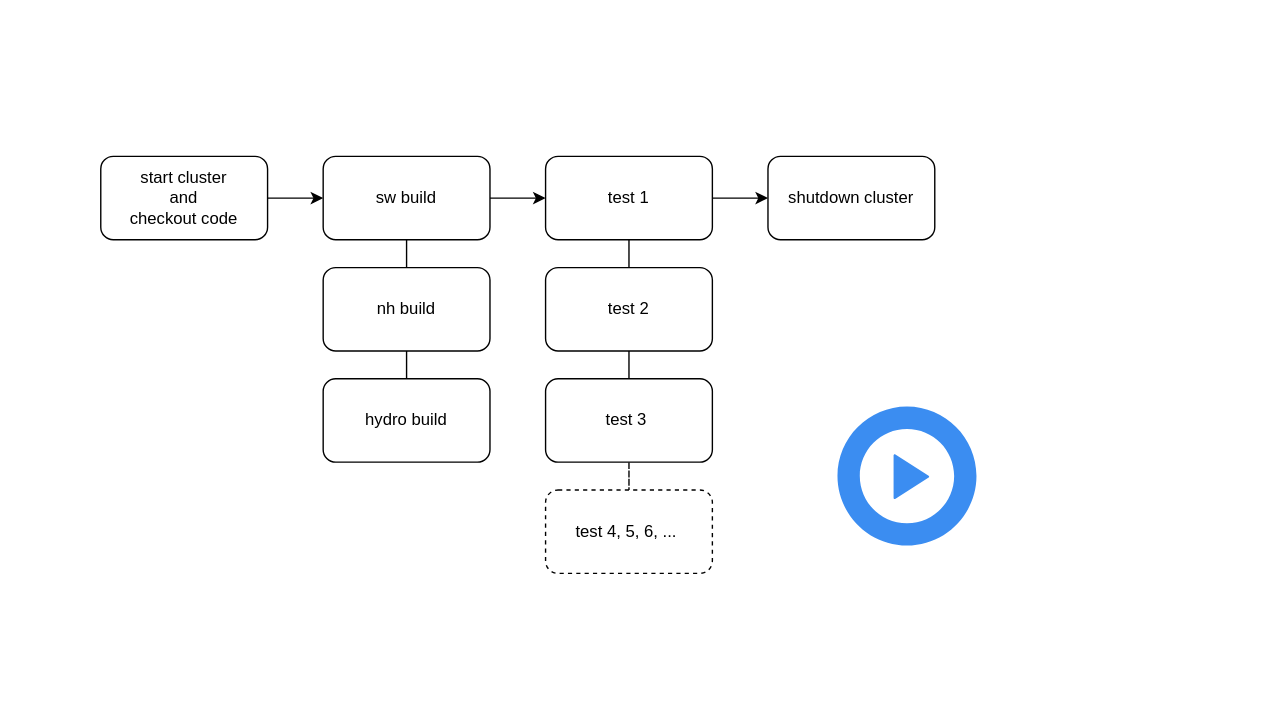
laurenchilutti/draw_io keeps this draw.io diagram as CIDesign.drawio. Above is the earlier version. Source tidied: cells renumbered, new cells numbered last; positions are measured from the earlier drawing's top-left corner, leaving out a move shared by most shapes. Both pictures are drawn from the tidied source at 139%, with x=0, y=0 at pixel (100, 156). Pictures stored in the file or linked from it are replaced by grey dashed boxes.
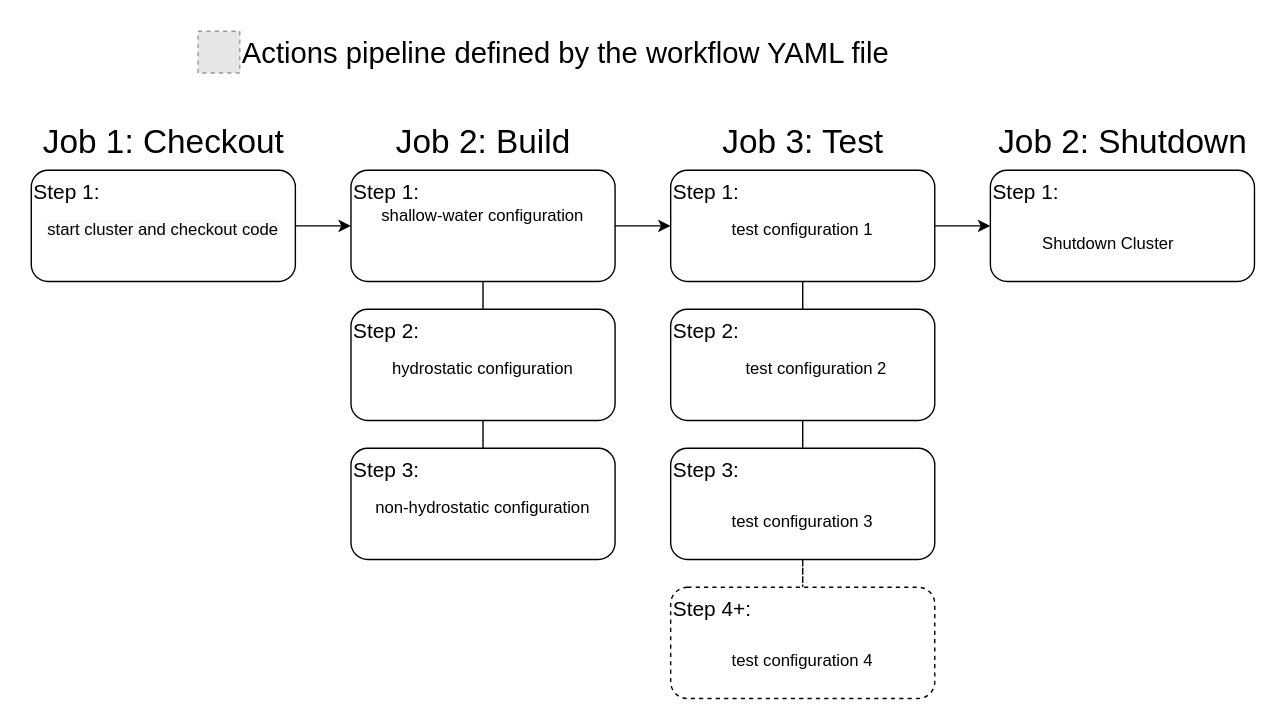
The same page after the edit.

The edit, as a diff of the source:
```diff
@@
-    <mxCell id="3" value="start cluster&lt;br&gt;and&lt;br&gt;checkout code" style="rounded=1;whiteSpace=wrap;html=1;" parent="1" vertex="1">
-      <mxGeometry width="120" height="60" as="geometry" />
+    <mxCell id="3" value="&lt;font style=&quot;font-size: 15px;&quot;&gt;Step 1:&lt;/font&gt;" style="rounded=1;whiteSpace=wrap;html=1;align=left;verticalAlign=top;" parent="1" vertex="1">
+      <mxGeometry x="-50" y="10" width="190" height="80" as="geometry" />
     </mxCell>
@@
-    <mxCell id="6" value="sw build" style="rounded=1;whiteSpace=wrap;html=1;" parent="1" vertex="1">
-      <mxGeometry x="160" width="120" height="60" as="geometry" />
+    <mxCell id="6" value="&lt;font style=&quot;font-size: 15px;&quot;&gt;Step 1:&lt;/font&gt;" style="rounded=1;whiteSpace=wrap;html=1;align=left;verticalAlign=top;" parent="1" vertex="1">
+      <mxGeometry x="180" y="10" width="190" height="80" as="geometry" />
     </mxCell>
@@
-    <mxCell id="8" value="nh build" style="rounded=1;whiteSpace=wrap;html=1;" parent="1" vertex="1">
-      <mxGeometry x="160" y="80" width="120" height="60" as="geometry" />
+    <mxCell id="8" value="Step 2:" style="rounded=1;whiteSpace=wrap;html=1;verticalAlign=top;align=left;fontSize=15;" parent="1" vertex="1">
+      <mxGeometry x="180" y="110" width="190" height="80" as="geometry" />
     </mxCell>
-    <mxCell id="9" value="hydro build" style="rounded=1;whiteSpace=wrap;html=1;" parent="1" vertex="1">
-      <mxGeometry x="160" y="160" width="120" height="60" as="geometry" />
+    <mxCell id="9" value="Step 3:" style="rounded=1;whiteSpace=wrap;html=1;fontSize=15;verticalAlign=top;align=left;" parent="1" vertex="1">
+      <mxGeometry x="180" y="210" width="190" height="80" as="geometry" />
     </mxCell>
@@
-    <mxCell id="12" value="test 1" style="rounded=1;whiteSpace=wrap;html=1;" parent="1" vertex="1">
-      <mxGeometry x="320" width="120" height="60" as="geometry" />
+    <mxCell id="12" value="Step 1:" style="rounded=1;whiteSpace=wrap;html=1;verticalAlign=top;align=left;fontSize=15;" parent="1" vertex="1">
+      <mxGeometry x="410" y="10" width="190" height="80" as="geometry" />
     </mxCell>
@@
-    <mxCell id="14" value="test 2" style="rounded=1;whiteSpace=wrap;html=1;" parent="1" vertex="1">
-      <mxGeometry x="320" y="80" width="120" height="60" as="geometry" />
+    <mxCell id="14" value="Step 2:" style="rounded=1;whiteSpace=wrap;html=1;verticalAlign=top;align=left;fontSize=15;" parent="1" vertex="1">
+      <mxGeometry x="410" y="110" width="190" height="80" as="geometry" />
     </mxCell>
@@
-    <mxCell id="16" value="test 3&amp;nbsp;" style="rounded=1;whiteSpace=wrap;html=1;" parent="1" vertex="1">
-      <mxGeometry x="320" y="160" width="120" height="60" as="geometry" />
+    <mxCell id="16" value="Step 3:" style="rounded=1;whiteSpace=wrap;html=1;fontSize=15;verticalAlign=top;align=left;" parent="1" vertex="1">
+      <mxGeometry x="410" y="210" width="190" height="80" as="geometry" />
     </mxCell>
-    <mxCell id="17" value="shutdown cluster" style="rounded=1;whiteSpace=wrap;html=1;" parent="1" vertex="1">
-      <mxGeometry x="480" width="120" height="60" as="geometry" />
+    <mxCell id="17" value="Step 1:" style="rounded=1;whiteSpace=wrap;html=1;fontSize=15;align=left;verticalAlign=top;" parent="1" vertex="1">
+      <mxGeometry x="640" y="10" width="190" height="80" as="geometry" />
     </mxCell>
-    <mxCell id="18" value="test 4, 5, 6, ...&amp;nbsp;" style="rounded=1;whiteSpace=wrap;html=1;dashed=1;" parent="1" vertex="1">
-      <mxGeometry x="320" y="240" width="120" height="60" as="geometry" />
+    <mxCell id="18" value="Step 4+:" style="rounded=1;whiteSpace=wrap;html=1;dashed=1;fontSize=15;align=left;verticalAlign=top;" parent="1" vertex="1">
+      <mxGeometry x="410" y="310" width="190" height="80" as="geometry" />
     </mxCell>
-    <mxCell id="19" style="sketch=0;html=1;strokeColor=none;shadow=0;align=center;verticalAlign=top;fillColor=#3B8DF1;shape=mxgraph.gcp2.play_start;dashed=1;" parent="1" vertex="1">
-      <mxGeometry x="530" y="180" width="100" height="100" as="geometry" />
-    </mxCell>
@@
+    <mxCell id="21" value="&lt;font style=&quot;font-size: 21px;&quot;&gt;Actions pipeline defined by the workflow YAML file&lt;/font&gt;" style="text;html=1;align=left;verticalAlign=middle;fillColor=none;strokeColor=none;rounded=0;dashed=1;" parent="1" vertex="1">
+      <mxGeometry x="100" y="-95" width="490" height="40" as="geometry" />
+    </mxCell>
+    <mxCell id="22" style="fillColor=#E6E6E6;strokeColor=#999999;dashed=1;html=1;verticalAlign=top;verticalLabelPosition=bottom;labelBackgroundColor=#ffffff;fontSize=21;" parent="1" vertex="1">
+      <mxGeometry x="70" y="-90" width="30" height="30" as="geometry" />
+    </mxCell>
+    <mxCell id="23" value="&lt;span style=&quot;color: rgb(0, 0, 0); font-family: Helvetica; font-size: 12px; font-style: normal; font-variant-ligatures: normal; font-variant-caps: normal; font-weight: 400; letter-spacing: normal; orphans: 2; text-indent: 0px; text-transform: none; widows: 2; word-spacing: 0px; -webkit-text-stroke-width: 0px; background-color: rgb(248, 249, 250); text-decoration-thickness: initial; text-decoration-style: initial; text-decoration-color: initial; float: none; display: inline !important;&quot;&gt;start cluster&amp;nbsp;&lt;/span&gt;&lt;span style=&quot;color: rgb(0, 0, 0); font-family: Helvetica; font-size: 12px; font-style: normal; font-variant-ligatures: normal; font-variant-caps: normal; font-weight: 400; letter-spacing: normal; orphans: 2; text-indent: 0px; text-transform: none; widows: 2; word-spacing: 0px; -webkit-text-stroke-width: 0px; background-color: rgb(248, 249, 250); text-decoration-thickness: initial; text-decoration-style: initial; text-decoration-color: initial; float: none; display: inline !important;&quot;&gt;and&amp;nbsp;&lt;/span&gt;&lt;span style=&quot;color: rgb(0, 0, 0); font-family: Helvetica; font-size: 12px; font-style: normal; font-variant-ligatures: normal; font-variant-caps: normal; font-weight: 400; letter-spacing: normal; orphans: 2; text-indent: 0px; text-transform: none; widows: 2; word-spacing: 0px; -webkit-text-stroke-width: 0px; background-color: rgb(248, 249, 250); text-decoration-thickness: initial; text-decoration-style: initial; text-decoration-color: initial; float: none; display: inline !important;&quot;&gt;checkout code&lt;/span&gt;" style="text;whiteSpace=wrap;html=1;fontSize=21;align=center;" parent="1" vertex="1">
+      <mxGeometry x="-40" y="30" width="170" height="40" as="geometry" />
+    </mxCell>
+    <mxCell id="24" value="&lt;font style=&quot;font-size: 24px;&quot;&gt;Job 1: Checkout&lt;/font&gt;" style="text;html=1;align=center;verticalAlign=middle;fillColor=none;strokeColor=none;rounded=0;dashed=1;fontSize=24;" parent="1" vertex="1">
+      <mxGeometry x="-55" y="-30" width="200" height="40" as="geometry" />
+    </mxCell>
+    <mxCell id="25" value="&lt;font style=&quot;font-size: 24px;&quot;&gt;Job 2: Build&lt;/font&gt;" style="text;html=1;align=center;verticalAlign=middle;fillColor=none;strokeColor=none;rounded=0;dashed=1;fontSize=24;" parent="1" vertex="1">
+      <mxGeometry x="200" y="-30" width="150" height="40" as="geometry" />
+    </mxCell>
+    <mxCell id="26" value="&lt;span style=&quot;font-size: 12px;&quot;&gt;shallow-water configuration&lt;/span&gt;" style="text;whiteSpace=wrap;html=1;fontSize=21;align=center;" parent="1" vertex="1">
+      <mxGeometry x="190" y="20" width="170" height="40" as="geometry" />
+    </mxCell>
+    <mxCell id="27" value="&lt;span style=&quot;font-size: 12px;&quot;&gt;non-hydrostatic configuration&lt;/span&gt;" style="text;whiteSpace=wrap;html=1;fontSize=21;align=center;" parent="1" vertex="1">
+      <mxGeometry x="190" y="230" width="170" height="40" as="geometry" />
+    </mxCell>
+    <mxCell id="28" value="&lt;span style=&quot;font-size: 12px;&quot;&gt;hydrostatic configuration&lt;/span&gt;" style="text;whiteSpace=wrap;html=1;fontSize=21;align=center;" parent="1" vertex="1">
+      <mxGeometry x="190" y="130" width="170" height="40" as="geometry" />
+    </mxCell>
+    <mxCell id="29" value="&lt;font style=&quot;font-size: 24px;&quot;&gt;Job 2: Shutdown&lt;/font&gt;" style="text;html=1;align=center;verticalAlign=middle;fillColor=none;strokeColor=none;rounded=0;dashed=1;fontSize=24;" parent="1" vertex="1">
+      <mxGeometry x="635" y="-30" width="200" height="40" as="geometry" />
+    </mxCell>
+    <mxCell id="30" value="&lt;font style=&quot;font-size: 24px;&quot;&gt;Job 3: Test&lt;/font&gt;" style="text;html=1;align=center;verticalAlign=middle;fillColor=none;strokeColor=none;rounded=0;dashed=1;fontSize=24;" parent="1" vertex="1">
+      <mxGeometry x="435" y="-30" width="140" height="40" as="geometry" />
+    </mxCell>
+    <mxCell id="31" value="&lt;span style=&quot;font-size: 12px;&quot;&gt;test configuration 1&lt;/span&gt;" style="text;whiteSpace=wrap;html=1;fontSize=21;align=center;" parent="1" vertex="1">
+      <mxGeometry x="420" y="30" width="170" height="40" as="geometry" />
+    </mxCell>
+    <mxCell id="32" value="&lt;span style=&quot;font-size: 12px;&quot;&gt;test configuration 3&lt;/span&gt;" style="text;whiteSpace=wrap;html=1;fontSize=21;align=center;" parent="1" vertex="1">
+      <mxGeometry x="420" y="240" width="170" height="40" as="geometry" />
+    </mxCell>
+    <mxCell id="33" value="&lt;span style=&quot;font-size: 12px;&quot;&gt;test configuration 2&lt;/span&gt;" style="text;whiteSpace=wrap;html=1;fontSize=21;align=center;" parent="1" vertex="1">
+      <mxGeometry x="430" y="130" width="170" height="40" as="geometry" />
+    </mxCell>
+    <mxCell id="34" value="&lt;span style=&quot;font-size: 12px;&quot;&gt;test configuration 4&lt;/span&gt;" style="text;whiteSpace=wrap;html=1;fontSize=21;align=center;" parent="1" vertex="1">
+      <mxGeometry x="420" y="340" width="170" height="40" as="geometry" />
+    </mxCell>
+    <mxCell id="35" value="&lt;span style=&quot;font-size: 12px;&quot;&gt;Shutdown Cluster&lt;/span&gt;" style="text;whiteSpace=wrap;html=1;fontSize=21;align=center;" parent="1" vertex="1">
+      <mxGeometry x="640" y="40" width="170" height="40" as="geometry" />
+    </mxCell>
```
